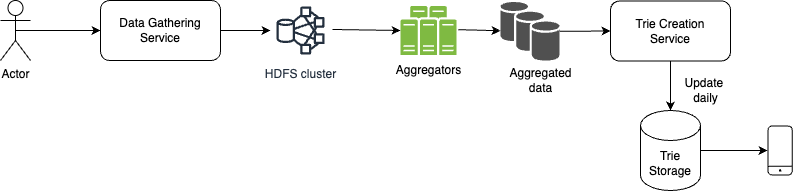
muskan70/HLDSolutions keeps this draw.io diagram as images/TypeaheadSuggestionTrieUpdate.png. Above is the earlier version. Source tidied: cells renumbered, new cells last; positions are measured from the earlier drawing's top-left corner, leaving out a move shared by most shapes. The source it was exported from:
```xml
<mxGraphModel>
  <root>
    <mxCell id="0" />
    <mxCell id="1" parent="0" />
    <mxCell id="2" style="edgeStyle=orthogonalEdgeStyle;rounded=0;jettySize=auto;html=1;exitX=0.5;exitY=0.5;exitDx=0;exitDy=0;exitPerimeter=0;entryX=0;entryY=0.5;entryDx=0;entryDy=0;" parent="1" edge="1" source="3" target="5">
      <mxGeometry relative="1" as="geometry" />
    </mxCell>
    <mxCell id="3" value="Actor" style="shape=umlActor;verticalLabelPosition=bottom;verticalAlign=top;html=1;outlineConnect=0;" parent="1" vertex="1">
      <mxGeometry width="30" height="60" as="geometry" />
    </mxCell>
    <mxCell id="4" style="edgeStyle=orthogonalEdgeStyle;rounded=0;jettySize=auto;html=1;exitX=1;exitY=0.5;exitDx=0;exitDy=0;" parent="1" edge="1" source="5" target="6">
      <mxGeometry relative="1" as="geometry" />
    </mxCell>
    <mxCell id="5" value="Data Gathering&lt;div&gt;Service&lt;/div&gt;" style="rounded=1;whiteSpace=wrap;html=1;" parent="1" vertex="1">
      <mxGeometry x="100" width="120" height="60" as="geometry" />
    </mxCell>
    <mxCell id="6" value="HDFS cluster" style="sketch=0;outlineConnect=0;fontColor=#232F3E;gradientColor=none;strokeColor=#232F3E;fillColor=#ffffff;dashed=0;verticalLabelPosition=bottom;verticalAlign=top;align=center;html=1;fontSize=12;fontStyle=0;shape=mxgraph.aws4.resourceIcon;resIcon=mxgraph.aws4.hdfs_cluster;" parent="1" vertex="1">
      <mxGeometry x="270" width="60" height="60" as="geometry" />
    </mxCell>
    <mxCell id="7" style="endArrow=classic;html=1;rounded=0;exitX=1.033;exitY=0.483;exitDx=0;exitDy=0;exitPerimeter=0;" parent="1" edge="1" source="9" target="11">
      <mxGeometry relative="1" as="geometry" />
    </mxCell>
    <mxCell id="8" style="endArrow=classic;html=1;rounded=0;exitX=1.033;exitY=0.483;exitDx=0;exitDy=0;exitPerimeter=0;entryX=0;entryY=0.5;entryDx=0;entryDy=0;" parent="1" edge="1" source="6" target="9">
      <mxGeometry relative="1" as="geometry" />
    </mxCell>
    <mxCell id="9" style="sketch=0;shadow=0;dashed=0;html=1;strokeColor=none;fillColor=#505050;labelPosition=center;verticalLabelPosition=bottom;verticalAlign=top;outlineConnect=0;align=center;shape=mxgraph.office.servers.server_farm;fillColor=#7FBA42;" parent="1" vertex="1">
      <mxGeometry x="400" y="5.5" width="56" height="49" as="geometry" />
    </mxCell>
    <mxCell id="10" value="Aggregators" style="text;html=1;align=center;verticalAlign=middle;strokeColor=none;fillColor=none;" parent="1" vertex="1">
      <mxGeometry x="383" y="54.5" width="90" height="30" as="geometry" />
    </mxCell>
    <mxCell id="11" style="sketch=0;shadow=0;dashed=0;html=1;strokeColor=none;fillColor=#505050;labelPosition=center;verticalLabelPosition=bottom;verticalAlign=top;outlineConnect=0;align=center;shape=mxgraph.office.databases.database_availability_group;" parent="1" vertex="1">
      <mxGeometry x="500" y="1.5" width="59" height="59" as="geometry" />
    </mxCell>
    <mxCell id="12" value="Aggregated&lt;div&gt;data&lt;/div&gt;" style="text;html=1;align=center;verticalAlign=middle;strokeColor=none;fillColor=none;" parent="1" vertex="1">
      <mxGeometry x="494.5" y="59.5" width="90" height="40" as="geometry" />
    </mxCell>
    <mxCell id="13" style="edgeStyle=orthogonalEdgeStyle;rounded=0;jettySize=auto;html=1;exitX=0.5;exitY=1;exitDx=0;exitDy=0;" parent="1" edge="1" source="14" target="18">
      <mxGeometry relative="1" as="geometry" />
    </mxCell>
    <mxCell id="14" value="Trie Creation&lt;div&gt;Service&lt;/div&gt;" style="rounded=1;whiteSpace=wrap;html=1;" parent="1" vertex="1">
      <mxGeometry x="610" y="0.5" width="120" height="60" as="geometry" />
    </mxCell>
    <mxCell id="15" style="endArrow=classic;html=1;rounded=0;entryX=0;entryY=0.5;entryDx=0;entryDy=0;" parent="1" edge="1" source="11" target="14">
      <mxGeometry relative="1" as="geometry" />
    </mxCell>
    <mxCell id="16" style="sketch=0;verticalLabelPosition=bottom;sketch=0;html=1;verticalAlign=top;strokeColor=none;fillColor=#000000;align=center;outlineConnect=0;shape=mxgraph.citrix2.mobile;" parent="1" vertex="1">
      <mxGeometry x="767" y="125" width="25.3" height="50" as="geometry" />
    </mxCell>
    <mxCell id="17" style="edgeStyle=orthogonalEdgeStyle;rounded=0;jettySize=auto;html=1;exitX=1;exitY=0.5;exitDx=0;exitDy=0;exitPerimeter=0;" parent="1" edge="1" source="18" target="16">
      <mxGeometry relative="1" as="geometry" />
    </mxCell>
    <mxCell id="18" value="Trie&lt;div&gt;Storage&lt;/div&gt;" style="shape=cylinder3;whiteSpace=wrap;html=1;boundedLbl=1;backgroundOutline=1;size=15;" parent="1" vertex="1">
      <mxGeometry x="640" y="110" width="60" height="80" as="geometry" />
    </mxCell>
    <mxCell id="19" value="Update&amp;nbsp;&lt;div&gt;daily&lt;/div&gt;" style="text;html=1;align=center;verticalAlign=middle;strokeColor=none;fillColor=none;" parent="1" vertex="1">
      <mxGeometry x="670" y="70" width="70" height="40" as="geometry" />
    </mxCell>
  </root>
</mxGraphModel>
```
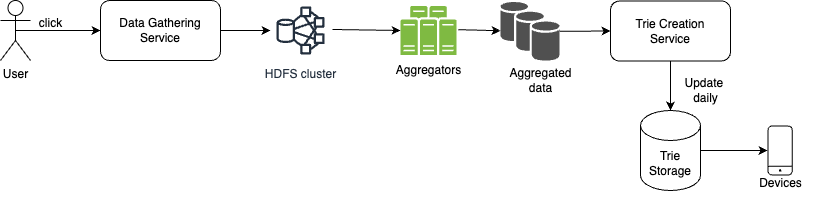
After the commit.

Commit message:
search auto suggestion design added

Change to the diagram source:
```diff
@@ -5,7 +5,7 @@
     <mxCell id="2" style="edgeStyle=orthogonalEdgeStyle;rounded=0;jettySize=auto;html=1;exitX=0.5;exitY=0.5;exitDx=0;exitDy=0;exitPerimeter=0;entryX=0;entryY=0.5;entryDx=0;entryDy=0;" parent="1" edge="1" source="3" target="5">
       <mxGeometry relative="1" as="geometry" />
     </mxCell>
-    <mxCell id="3" value="Actor" style="shape=umlActor;verticalLabelPosition=bottom;verticalAlign=top;html=1;outlineConnect=0;" parent="1" vertex="1">
+    <mxCell id="3" value="User" style="shape=umlActor;verticalLabelPosition=bottom;verticalAlign=top;html=1;outlineConnect=0;" parent="1" vertex="1">
       <mxGeometry width="30" height="60" as="geometry" />
     </mxCell>
     <mxCell id="4" style="edgeStyle=orthogonalEdgeStyle;rounded=0;jettySize=auto;html=1;exitX=1;exitY=0.5;exitDx=0;exitDy=0;" parent="1" edge="1" source="5" target="6">
@@ -56,5 +56,11 @@
     <mxCell id="19" value="Update&amp;nbsp;&lt;div&gt;daily&lt;/div&gt;" style="text;html=1;align=center;verticalAlign=middle;strokeColor=none;fillColor=none;" parent="1" vertex="1">
       <mxGeometry x="670" y="70" width="70" height="40" as="geometry" />
     </mxCell>
+    <mxCell id="20" value="Devices" style="text;html=1;align=center;verticalAlign=middle;strokeColor=none;fillColor=none;" parent="1" vertex="1">
+      <mxGeometry x="745" y="168" width="70" height="30" as="geometry" />
+    </mxCell>
+    <mxCell id="21" value="click" style="text;html=1;align=center;verticalAlign=middle;strokeColor=none;fillColor=none;" parent="1" vertex="1">
+      <mxGeometry x="25" y="8" width="50" height="30" as="geometry" />
+    </mxCell>
   </root>
 </mxGraphModel>
```
